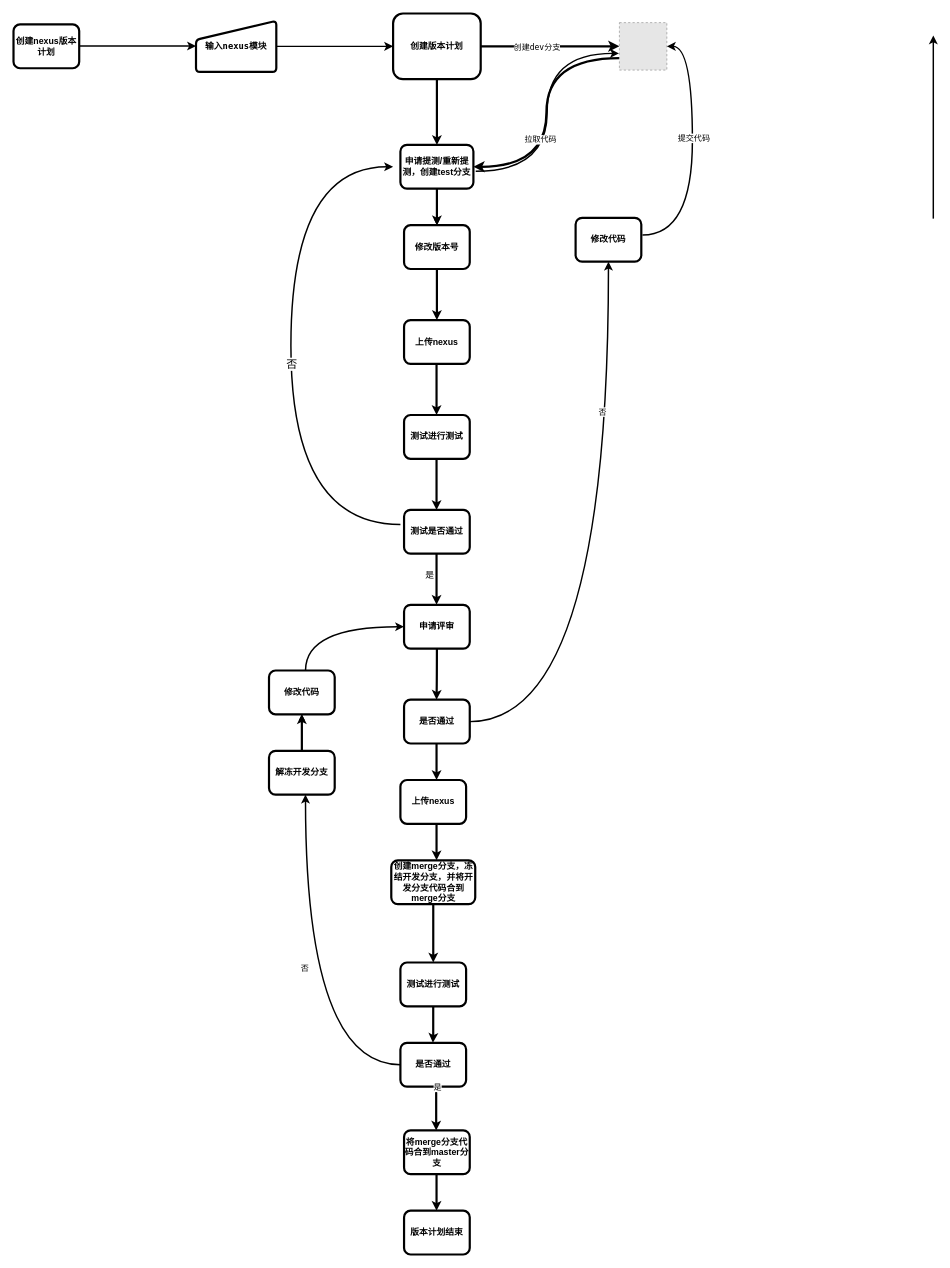
The draw.io diagram demo/demo Diagram.drawio in Makecodeeasy/diagrams, before the edit. Source tidied: cells renumbered, new cells numbered last; positions are measured from the earlier drawing's top-left corner, leaving out a move shared by most shapes. Both pictures are drawn from the tidied source at 73%, with x=0, y=0 at pixel (13, 13). Pictures stored in the file or linked from it are replaced by grey dashed boxes.
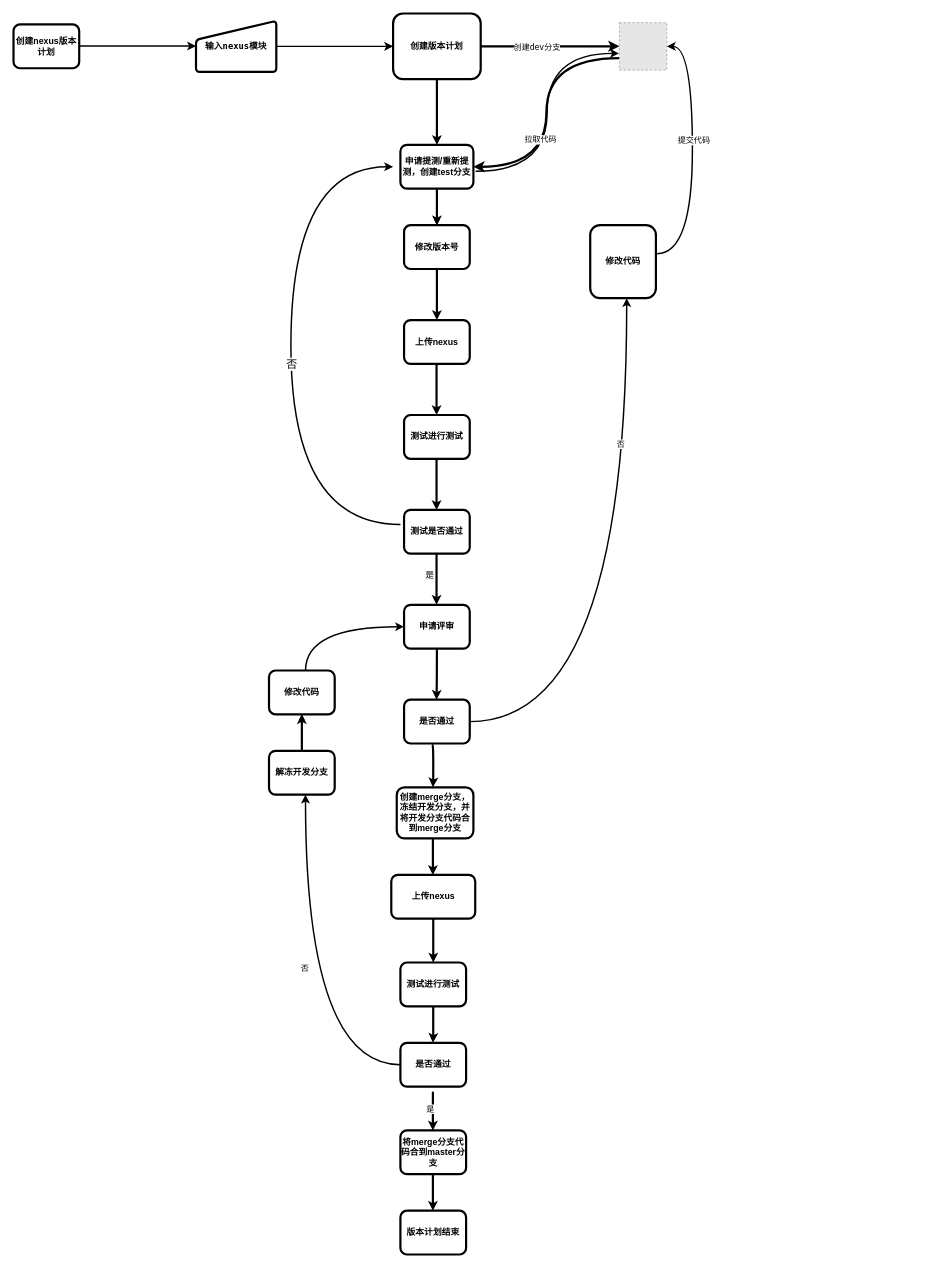
Above is the later version.

The change refers to these unchanged cells:
```xml
<mxCell id="32" value="是否通过" style="whiteSpace=wrap;align=center;verticalAlign=middle;fontStyle=1;strokeWidth=3;rounded=1;" parent="1" vertex="1">
  <mxGeometry x="535" y="940" width="90" height="60" as="geometry" />
</mxCell>
```

The edit, as a diff of the source:
```diff
@@
-    <mxCell id="4" style="edgeStyle=elbowEdgeStyle;elbow=horizontal;strokeWidth=2;curved=1;" parent="1" edge="1">
-      <mxGeometry relative="1" as="geometry">
-        <mxPoint x="1260" y="281" as="sourcePoint" />
-        <mxPoint x="1260" y="30" as="targetPoint" />
-      </mxGeometry>
-    </mxCell>
@@
-    <mxCell id="33" style="edgeStyle=elbowEdgeStyle;elbow=horizontal;strokeWidth=2;curved=1;exitX=1;exitY=0.5;exitDx=0;exitDy=0;entryX=0.5;entryY=1;entryDx=0;entryDy=0;" parent="1" edge="1" source="32" target="35">
+    <mxCell id="33" style="edgeStyle=elbowEdgeStyle;elbow=horizontal;strokeWidth=2;curved=1;exitX=1;exitY=0.5;exitDx=0;exitDy=0;" parent="1" edge="1" source="32" target="35">
       <mxGeometry relative="1" as="geometry">
         <Array as="points">
+          <mxPoint x="840" y="400" />
+          <mxPoint x="850" y="390" />
+          <mxPoint x="955" y="420" />
+          <mxPoint x="955" y="420" />
+          <mxPoint x="990" y="380" />
+          <mxPoint x="990" y="400" />
+          <mxPoint x="950" y="400" />
           <mxPoint x="815" y="350" />
           <mxPoint x="810" y="510" />
           <mxPoint x="830" y="350" />
           <mxPoint x="830" y="340" />
           <mxPoint x="830" y="820" />
           <mxPoint x="350" y="1000" />
         </Array>
       </mxGeometry>
     </mxCell>
@@
     <mxCell id="35" value="修改代码" style="whiteSpace=wrap;align=center;verticalAlign=middle;fontStyle=1;strokeWidth=3;rounded=1;" parent="1" vertex="1">
-      <mxGeometry x="770" y="280" width="90" height="60" as="geometry" />
+      <mxGeometry x="790" y="290" width="90" height="100" as="geometry" />
     </mxCell>
-    <mxCell id="36" value="创建merge分支，冻结开发分支，并将开发分支代码合到merge分支" style="whiteSpace=wrap;align=center;verticalAlign=middle;fontStyle=1;strokeWidth=3;rounded=1;" parent="1" vertex="1">
-      <mxGeometry x="517.5" y="1160" width="115" height="60" as="geometry" />
+    <mxCell id="36" value="上传nexus" style="whiteSpace=wrap;align=center;verticalAlign=middle;fontStyle=1;strokeWidth=3;rounded=1;" parent="1" vertex="1">
+      <mxGeometry x="517.5" y="1180" width="115" height="60" as="geometry" />
     </mxCell>
@@
     <mxCell id="48" style="edgeStyle=orthogonalEdgeStyle;curved=1;orthogonalLoop=1;jettySize=auto;html=0;strokeWidth=3;fontFamily=Lucida Console;endSize=4;startSize=4;" parent="1" edge="1">
       <mxGeometry relative="1" as="geometry">
-        <mxPoint x="579" y="1480" as="sourcePoint" />
-        <mxPoint x="579" y="1530" as="targetPoint" />
+        <mxPoint x="574.5" y="1480" as="sourcePoint" />
+        <mxPoint x="574.5" y="1530" as="targetPoint" />
         <Array as="points">
-          <mxPoint x="579" y="1470" />
-          <mxPoint x="579" y="1470" />
+          <mxPoint x="574.5" y="1470" />
+          <mxPoint x="574.5" y="1470" />
         </Array>
       </mxGeometry>
     </mxCell>
     <mxCell id="49" value="是" style="edgeLabel;html=1;align=center;verticalAlign=middle;" parent="48" vertex="1">
       <mxGeometry x="-0.27" y="-1" relative="1" as="geometry">
-        <mxPoint x="2" y="-16" as="offset" />
+        <mxPoint x="-3" y="14" as="offset" />
       </mxGeometry>
     </mxCell>
     <mxCell id="50" value="将merge分支代码合到master分支" style="whiteSpace=wrap;align=center;verticalAlign=middle;fontStyle=1;strokeWidth=3;rounded=1;" parent="1" vertex="1">
-      <mxGeometry x="535" y="1530" width="90" height="60" as="geometry" />
+      <mxGeometry x="530" y="1530" width="90" height="60" as="geometry" />
     </mxCell>
@@
-    <mxCell id="52" value="上传nexus" style="whiteSpace=wrap;align=center;verticalAlign=middle;fontStyle=1;strokeWidth=3;rounded=1;" parent="1" vertex="1">
-      <mxGeometry x="530" y="1050" width="90" height="60" as="geometry" />
+    <mxCell id="52" value="创建merge分支，冻结开发分支，并将开发分支代码合到merge分支" style="whiteSpace=wrap;align=center;verticalAlign=middle;fontStyle=1;strokeWidth=3;rounded=1;" parent="1" vertex="1">
+      <mxGeometry x="525" y="1060" width="105" height="70" as="geometry" />
     </mxCell>
     <mxCell id="53" style="edgeStyle=orthogonalEdgeStyle;curved=1;orthogonalLoop=1;jettySize=auto;html=0;strokeWidth=3;fontFamily=Lucida Console;endSize=4;startSize=4;exitX=0.5;exitY=1;exitDx=0;exitDy=0;entryX=0.5;entryY=0;entryDx=0;entryDy=0;" parent="1" edge="1">
       <mxGeometry relative="1" as="geometry">
-        <mxPoint x="579.5" y="1110" as="sourcePoint" />
-        <mxPoint x="579.5" y="1160" as="targetPoint" />
+        <mxPoint x="574.5" y="1130" as="sourcePoint" />
+        <mxPoint x="574.5" y="1180" as="targetPoint" />
         <Array as="points">
-          <mxPoint x="580" y="1140" />
-          <mxPoint x="580" y="1140" />
+          <mxPoint x="575" y="1160" />
+          <mxPoint x="575" y="1160" />
         </Array>
       </mxGeometry>
     </mxCell>
-    <mxCell id="54" style="edgeStyle=orthogonalEdgeStyle;curved=1;orthogonalLoop=1;jettySize=auto;html=0;strokeWidth=3;fontFamily=Lucida Console;endSize=4;startSize=4;exitX=0.5;exitY=1;exitDx=0;exitDy=0;entryX=0.5;entryY=0;entryDx=0;entryDy=0;" parent="1" edge="1">
+    <mxCell id="54" style="edgeStyle=orthogonalEdgeStyle;curved=1;jettySize=auto;html=0;strokeWidth=3;fontFamily=Lucida Console;endSize=4;startSize=4;exitX=0.429;exitY=1.017;exitDx=0;exitDy=0;entryX=0.5;entryY=0;entryDx=0;entryDy=0;exitPerimeter=0;" parent="1" edge="1" source="32">
       <mxGeometry relative="1" as="geometry">
-        <mxPoint x="579.5" y="1000" as="sourcePoint" />
-        <mxPoint x="579.5" y="1050" as="targetPoint" />
+        <mxPoint x="574.5" y="1060" as="targetPoint" />
         <Array as="points">
-          <mxPoint x="580" y="1040" />
-          <mxPoint x="580" y="1040" />
+          <mxPoint x="575" y="1001" />
+          <mxPoint x="575" y="1050" />
         </Array>
       </mxGeometry>
     </mxCell>
     <mxCell id="55" value="版本计划结束" style="whiteSpace=wrap;align=center;verticalAlign=middle;fontStyle=1;strokeWidth=3;rounded=1;" parent="1" vertex="1">
-      <mxGeometry x="535" y="1640" width="90" height="60" as="geometry" />
+      <mxGeometry x="530" y="1640" width="90" height="60" as="geometry" />
     </mxCell>
     <mxCell id="56" style="edgeStyle=orthogonalEdgeStyle;curved=1;orthogonalLoop=1;jettySize=auto;html=0;strokeWidth=3;fontFamily=Lucida Console;endSize=4;startSize=4;exitX=0.5;exitY=1;exitDx=0;exitDy=0;entryX=0.5;entryY=0;entryDx=0;entryDy=0;" parent="1" edge="1">
       <mxGeometry relative="1" as="geometry">
-        <mxPoint x="579.5" y="1590" as="sourcePoint" />
-        <mxPoint x="579.5" y="1640" as="targetPoint" />
+        <mxPoint x="574.5" y="1590" as="sourcePoint" />
+        <mxPoint x="574.5" y="1640" as="targetPoint" />
       </mxGeometry>
     </mxCell>
```
